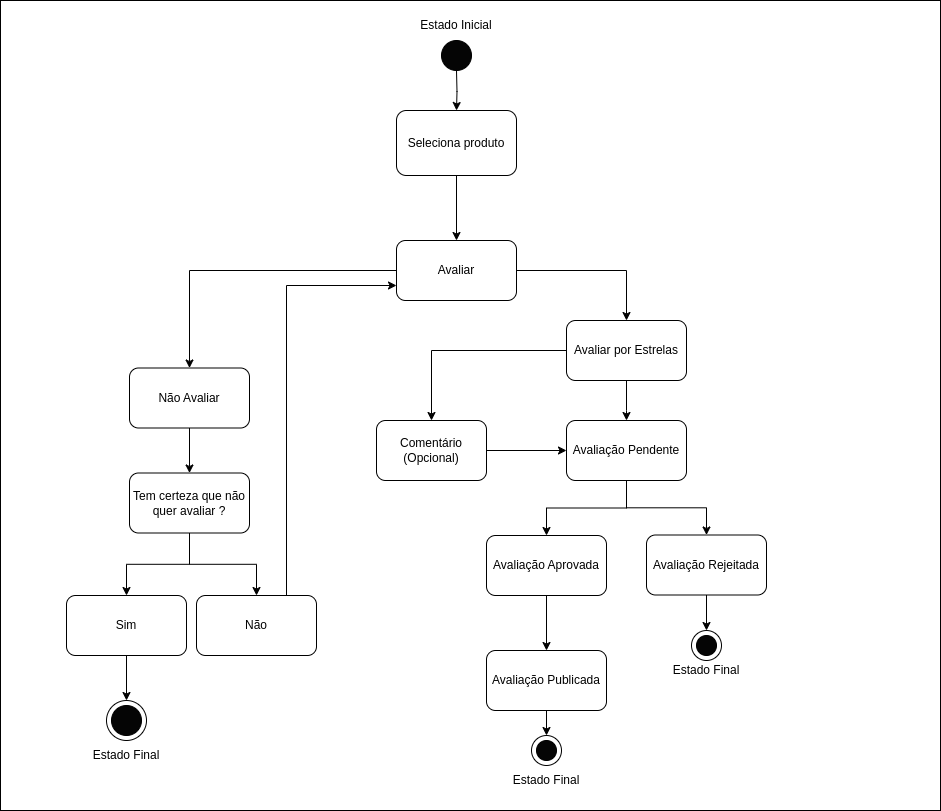
The draw.io diagram docs/img/diagramadeestados.drawio.png in UnBArqDsw2023-2/2023.2_G5_ProjetoAmericanas, before a commit. Source tidied: cells renumbered, new cells last; positions are measured from the earlier drawing's top-left corner, leaving out a move shared by most shapes. Its diagram source:
```xml
<mxGraphModel>
  <root>
    <mxCell id="0" />
    <mxCell id="1" parent="0" />
    <mxCell id="2" style="rounded=0;whiteSpace=wrap;html=1;" parent="1" vertex="1">
      <mxGeometry width="940" height="810" as="geometry" />
    </mxCell>
    <mxCell id="3" style="ellipse;whiteSpace=wrap;html=1;" parent="1" vertex="1">
      <mxGeometry x="106" y="700" width="40" height="40" as="geometry" />
    </mxCell>
    <mxCell id="4" style="ellipse;whiteSpace=wrap;html=1;" parent="1" vertex="1">
      <mxGeometry x="531" y="735" width="30" height="30" as="geometry" />
    </mxCell>
    <mxCell id="5" style="ellipse;whiteSpace=wrap;html=1;" parent="1" vertex="1">
      <mxGeometry x="691" y="630" width="30" height="30" as="geometry" />
    </mxCell>
    <mxCell id="6" style="edgeStyle=orthogonalEdgeStyle;rounded=0;jettySize=auto;html=1;exitX=0.5;exitY=1;exitDx=0;exitDy=0;entryX=0.5;entryY=0;entryDx=0;entryDy=0;" parent="1" edge="1" source="7" target="11">
      <mxGeometry relative="1" as="geometry" />
    </mxCell>
    <mxCell id="7" value="Seleciona produto" style="rounded=1;whiteSpace=wrap;html=1;" parent="1" vertex="1">
      <mxGeometry x="396" y="110" width="120" height="65" as="geometry" />
    </mxCell>
    <mxCell id="8" style="edgeStyle=orthogonalEdgeStyle;rounded=0;jettySize=auto;html=1;exitX=0;exitY=0.5;exitDx=0;exitDy=0;entryX=0.5;entryY=0;entryDx=0;entryDy=0;" parent="1" edge="1" source="15" target="13">
      <mxGeometry relative="1" as="geometry" />
    </mxCell>
    <mxCell id="9" style="edgeStyle=orthogonalEdgeStyle;rounded=0;jettySize=auto;html=1;exitX=1;exitY=0.5;exitDx=0;exitDy=0;entryX=0.5;entryY=0;entryDx=0;entryDy=0;" parent="1" edge="1" source="11" target="15">
      <mxGeometry relative="1" as="geometry" />
    </mxCell>
    <mxCell id="10" style="edgeStyle=orthogonalEdgeStyle;rounded=0;jettySize=auto;html=1;exitX=0;exitY=0.5;exitDx=0;exitDy=0;entryX=0.5;entryY=0;entryDx=0;entryDy=0;" parent="1" edge="1" source="11" target="33">
      <mxGeometry relative="1" as="geometry" />
    </mxCell>
    <mxCell id="11" value="Avaliar" style="rounded=1;whiteSpace=wrap;html=1;" parent="1" vertex="1">
      <mxGeometry x="396" y="240" width="120" height="60" as="geometry" />
    </mxCell>
    <mxCell id="12" style="edgeStyle=orthogonalEdgeStyle;rounded=0;jettySize=auto;html=1;exitX=1;exitY=0.5;exitDx=0;exitDy=0;entryX=0;entryY=0.5;entryDx=0;entryDy=0;" parent="1" edge="1" source="13" target="20">
      <mxGeometry relative="1" as="geometry" />
    </mxCell>
    <mxCell id="13" value="Comentário (Opcional)" style="rounded=1;whiteSpace=wrap;html=1;" parent="1" vertex="1">
      <mxGeometry x="376" y="420" width="110" height="60" as="geometry" />
    </mxCell>
    <mxCell id="14" style="edgeStyle=orthogonalEdgeStyle;rounded=0;jettySize=auto;html=1;exitX=0.5;exitY=1;exitDx=0;exitDy=0;entryX=0.5;entryY=0;entryDx=0;entryDy=0;" parent="1" edge="1" source="15" target="20">
      <mxGeometry relative="1" as="geometry">
        <Array as="points">
          <mxPoint x="626" y="410" />
          <mxPoint x="626" y="410" />
        </Array>
      </mxGeometry>
    </mxCell>
    <mxCell id="15" value="Avaliar por Estrelas" style="rounded=1;whiteSpace=wrap;html=1;" parent="1" vertex="1">
      <mxGeometry x="566" y="320" width="120" height="60" as="geometry" />
    </mxCell>
    <mxCell id="16" style="edgeStyle=orthogonalEdgeStyle;rounded=0;jettySize=auto;html=1;exitX=0.5;exitY=1;exitDx=0;exitDy=0;entryX=0.5;entryY=0;entryDx=0;entryDy=0;" parent="1" edge="1" source="17" target="24">
      <mxGeometry relative="1" as="geometry" />
    </mxCell>
    <mxCell id="17" value="Avaliação Aprovada" style="rounded=1;whiteSpace=wrap;html=1;" parent="1" vertex="1">
      <mxGeometry x="486" y="535" width="120" height="60" as="geometry" />
    </mxCell>
    <mxCell id="18" style="edgeStyle=orthogonalEdgeStyle;rounded=0;jettySize=auto;html=1;exitX=0.5;exitY=1;exitDx=0;exitDy=0;entryX=0.5;entryY=0;entryDx=0;entryDy=0;" parent="1" edge="1" source="20" target="17">
      <mxGeometry relative="1" as="geometry" />
    </mxCell>
    <mxCell id="19" style="edgeStyle=orthogonalEdgeStyle;rounded=0;jettySize=auto;html=1;exitX=0.5;exitY=1;exitDx=0;exitDy=0;entryX=0.5;entryY=0;entryDx=0;entryDy=0;" parent="1" edge="1" source="20" target="22">
      <mxGeometry relative="1" as="geometry" />
    </mxCell>
    <mxCell id="20" value="Avaliação Pendente" style="rounded=1;whiteSpace=wrap;html=1;" parent="1" vertex="1">
      <mxGeometry x="566" y="420" width="120" height="60" as="geometry" />
    </mxCell>
    <mxCell id="21" style="edgeStyle=orthogonalEdgeStyle;rounded=0;jettySize=auto;html=1;exitX=0.5;exitY=1;exitDx=0;exitDy=0;entryX=0.5;entryY=0;entryDx=0;entryDy=0;" parent="1" edge="1" source="22" target="5">
      <mxGeometry relative="1" as="geometry" />
    </mxCell>
    <mxCell id="22" value="Avaliação Rejeitada" style="rounded=1;whiteSpace=wrap;html=1;" parent="1" vertex="1">
      <mxGeometry x="646" y="534.5" width="120" height="60" as="geometry" />
    </mxCell>
    <mxCell id="23" style="edgeStyle=orthogonalEdgeStyle;rounded=0;jettySize=auto;html=1;exitX=0.5;exitY=1;exitDx=0;exitDy=0;" parent="1" edge="1" source="24" target="4">
      <mxGeometry relative="1" as="geometry" />
    </mxCell>
    <mxCell id="24" value="Avaliação Publicada" style="rounded=1;whiteSpace=wrap;html=1;" parent="1" vertex="1">
      <mxGeometry x="486" y="650" width="120" height="60" as="geometry" />
    </mxCell>
    <mxCell id="25" style="edgeStyle=orthogonalEdgeStyle;rounded=0;jettySize=auto;html=1;entryX=0.5;entryY=0;entryDx=0;entryDy=0;" parent="1" edge="1" target="7">
      <mxGeometry relative="1" as="geometry">
        <mxPoint x="456" y="70" as="sourcePoint" />
      </mxGeometry>
    </mxCell>
    <mxCell id="26" style="ellipse;whiteSpace=wrap;html=1;fillColor=#050505;" parent="1" vertex="1">
      <mxGeometry x="441" y="40" width="30" height="30" as="geometry" />
    </mxCell>
    <mxCell id="27" value="Estado Inicial" style="text;html=1;strokeColor=none;fillColor=none;align=center;verticalAlign=middle;whiteSpace=wrap;rounded=0;" parent="1" vertex="1">
      <mxGeometry x="411" y="10" width="90" height="30" as="geometry" />
    </mxCell>
    <mxCell id="28" style="ellipse;whiteSpace=wrap;html=1;fillColor=#050505;" parent="1" vertex="1">
      <mxGeometry x="536" y="740" width="20" height="20" as="geometry" />
    </mxCell>
    <mxCell id="29" style="ellipse;whiteSpace=wrap;html=1;fillColor=#050505;" parent="1" vertex="1">
      <mxGeometry x="696" y="635" width="20" height="20" as="geometry" />
    </mxCell>
    <mxCell id="30" value="Estado Final" style="text;html=1;strokeColor=none;fillColor=none;align=center;verticalAlign=middle;whiteSpace=wrap;rounded=0;" parent="1" vertex="1">
      <mxGeometry x="508" y="765" width="76" height="30" as="geometry" />
    </mxCell>
    <mxCell id="31" value="Estado Final" style="text;html=1;strokeColor=none;fillColor=none;align=center;verticalAlign=middle;whiteSpace=wrap;rounded=0;" parent="1" vertex="1">
      <mxGeometry x="668" y="655" width="76" height="30" as="geometry" />
    </mxCell>
    <mxCell id="32" style="edgeStyle=orthogonalEdgeStyle;rounded=0;jettySize=auto;html=1;exitX=0.5;exitY=1;exitDx=0;exitDy=0;entryX=0.5;entryY=0;entryDx=0;entryDy=0;" parent="1" edge="1" source="33" target="38">
      <mxGeometry relative="1" as="geometry" />
    </mxCell>
    <mxCell id="33" value="Não Avaliar" style="rounded=1;whiteSpace=wrap;html=1;" parent="1" vertex="1">
      <mxGeometry x="129" y="367.5" width="120" height="60" as="geometry" />
    </mxCell>
    <mxCell id="34" style="ellipse;whiteSpace=wrap;html=1;fillColor=#050505;" parent="1" vertex="1">
      <mxGeometry x="111" y="705" width="30" height="30" as="geometry" />
    </mxCell>
    <mxCell id="35" value="Estado Final" style="text;html=1;strokeColor=none;fillColor=none;align=center;verticalAlign=middle;whiteSpace=wrap;rounded=0;" parent="1" vertex="1">
      <mxGeometry x="88" y="740" width="76" height="30" as="geometry" />
    </mxCell>
    <mxCell id="36" style="edgeStyle=orthogonalEdgeStyle;rounded=0;jettySize=auto;html=1;exitX=0.5;exitY=1;exitDx=0;exitDy=0;entryX=0.5;entryY=0;entryDx=0;entryDy=0;" parent="1" edge="1" source="38" target="40">
      <mxGeometry relative="1" as="geometry" />
    </mxCell>
    <mxCell id="37" style="edgeStyle=orthogonalEdgeStyle;rounded=0;jettySize=auto;html=1;exitX=0.5;exitY=1;exitDx=0;exitDy=0;entryX=0.5;entryY=0;entryDx=0;entryDy=0;" parent="1" edge="1" source="38" target="42">
      <mxGeometry relative="1" as="geometry" />
    </mxCell>
    <mxCell id="38" value="Tem certeza que não quer avaliar ?" style="rounded=1;whiteSpace=wrap;html=1;" parent="1" vertex="1">
      <mxGeometry x="129" y="472.5" width="120" height="60" as="geometry" />
    </mxCell>
    <mxCell id="39" style="edgeStyle=orthogonalEdgeStyle;rounded=0;jettySize=auto;html=1;exitX=0.5;exitY=1;exitDx=0;exitDy=0;entryX=0.5;entryY=0;entryDx=0;entryDy=0;" parent="1" edge="1" source="40" target="3">
      <mxGeometry relative="1" as="geometry" />
    </mxCell>
    <mxCell id="40" value="Sim" style="rounded=1;whiteSpace=wrap;html=1;" parent="1" vertex="1">
      <mxGeometry x="66" y="595" width="120" height="60" as="geometry" />
    </mxCell>
    <mxCell id="41" style="edgeStyle=orthogonalEdgeStyle;rounded=0;jettySize=auto;html=1;exitX=0.75;exitY=0;exitDx=0;exitDy=0;entryX=0;entryY=0.75;entryDx=0;entryDy=0;" parent="1" edge="1" source="42" target="11">
      <mxGeometry relative="1" as="geometry">
        <Array as="points">
          <mxPoint x="286" y="285" />
        </Array>
      </mxGeometry>
    </mxCell>
    <mxCell id="42" value="Não" style="rounded=1;whiteSpace=wrap;html=1;" parent="1" vertex="1">
      <mxGeometry x="196" y="595" width="120" height="60" as="geometry" />
    </mxCell>
  </root>
</mxGraphModel>
```
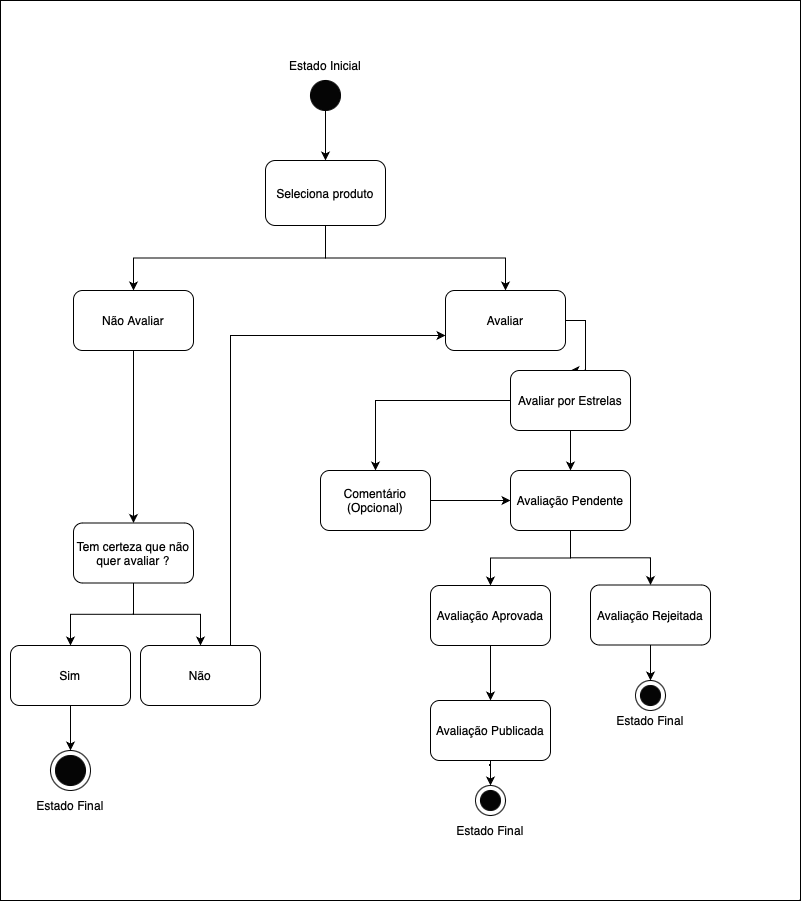
Later version of the same file.

Commit message:
Consertar fluxo de "avaliar" ou "não" do diagrama de estados

Diff of the diagram source:
```diff
@@ -2,9 +2,9 @@
   <root>
     <mxCell id="0" />
     <mxCell id="1" parent="0" />
-    <mxCell id="2" style="rounded=0;whiteSpace=wrap;html=1;" parent="1" vertex="1">
-      <mxGeometry width="940" height="810" as="geometry" />
-    </mxCell>
+    <mxCell id="43" style="rounded=0;whiteSpace=wrap;html=1;" parent="1" vertex="1">
+      <mxGeometry x="56" y="-50" width="800" height="900" as="geometry" />
+    </mxCell>
     <mxCell id="3" style="ellipse;whiteSpace=wrap;html=1;" parent="1" vertex="1">
       <mxGeometry x="106" y="700" width="40" height="40" as="geometry" />
     </mxCell>
@@ -17,8 +17,11 @@
     <mxCell id="6" style="edgeStyle=orthogonalEdgeStyle;rounded=0;jettySize=auto;html=1;exitX=0.5;exitY=1;exitDx=0;exitDy=0;entryX=0.5;entryY=0;entryDx=0;entryDy=0;" parent="1" edge="1" source="7" target="11">
       <mxGeometry relative="1" as="geometry" />
     </mxCell>
+    <mxCell id="44" style="edgeStyle=orthogonalEdgeStyle;rounded=0;jettySize=auto;html=1;exitX=0.5;exitY=1;exitDx=0;exitDy=0;" parent="1" edge="1" source="7" target="33">
+      <mxGeometry relative="1" as="geometry" />
+    </mxCell>
     <mxCell id="7" value="Seleciona produto" style="rounded=1;whiteSpace=wrap;html=1;" parent="1" vertex="1">
-      <mxGeometry x="396" y="110" width="120" height="65" as="geometry" />
+      <mxGeometry x="321" y="110" width="120" height="65" as="geometry" />
     </mxCell>
     <mxCell id="8" style="edgeStyle=orthogonalEdgeStyle;rounded=0;jettySize=auto;html=1;exitX=0;exitY=0.5;exitDx=0;exitDy=0;entryX=0.5;entryY=0;entryDx=0;entryDy=0;" parent="1" edge="1" source="15" target="13">
       <mxGeometry relative="1" as="geometry" />
@@ -26,11 +29,8 @@
     <mxCell id="9" style="edgeStyle=orthogonalEdgeStyle;rounded=0;jettySize=auto;html=1;exitX=1;exitY=0.5;exitDx=0;exitDy=0;entryX=0.5;entryY=0;entryDx=0;entryDy=0;" parent="1" edge="1" source="11" target="15">
       <mxGeometry relative="1" as="geometry" />
     </mxCell>
-    <mxCell id="10" style="edgeStyle=orthogonalEdgeStyle;rounded=0;jettySize=auto;html=1;exitX=0;exitY=0.5;exitDx=0;exitDy=0;entryX=0.5;entryY=0;entryDx=0;entryDy=0;" parent="1" edge="1" source="11" target="33">
-      <mxGeometry relative="1" as="geometry" />
-    </mxCell>
     <mxCell id="11" value="Avaliar" style="rounded=1;whiteSpace=wrap;html=1;" parent="1" vertex="1">
-      <mxGeometry x="396" y="240" width="120" height="60" as="geometry" />
+      <mxGeometry x="501" y="240" width="120" height="60" as="geometry" />
     </mxCell>
     <mxCell id="12" style="edgeStyle=orthogonalEdgeStyle;rounded=0;jettySize=auto;html=1;exitX=1;exitY=0.5;exitDx=0;exitDy=0;entryX=0;entryY=0.5;entryDx=0;entryDy=0;" parent="1" edge="1" source="13" target="20">
       <mxGeometry relative="1" as="geometry" />
@@ -76,16 +76,14 @@
     <mxCell id="24" value="Avaliação Publicada" style="rounded=1;whiteSpace=wrap;html=1;" parent="1" vertex="1">
       <mxGeometry x="486" y="650" width="120" height="60" as="geometry" />
     </mxCell>
-    <mxCell id="25" style="edgeStyle=orthogonalEdgeStyle;rounded=0;jettySize=auto;html=1;entryX=0.5;entryY=0;entryDx=0;entryDy=0;" parent="1" edge="1" target="7">
-      <mxGeometry relative="1" as="geometry">
-        <mxPoint x="456" y="70" as="sourcePoint" />
-      </mxGeometry>
-    </mxCell>
+    <mxCell id="45" style="edgeStyle=orthogonalEdgeStyle;rounded=0;jettySize=auto;html=1;exitX=0.5;exitY=1;exitDx=0;exitDy=0;entryX=0.5;entryY=0;entryDx=0;entryDy=0;" parent="1" edge="1" source="26" target="7">
+      <mxGeometry relative="1" as="geometry" />
+    </mxCell>
     <mxCell id="26" style="ellipse;whiteSpace=wrap;html=1;fillColor=#050505;" parent="1" vertex="1">
-      <mxGeometry x="441" y="40" width="30" height="30" as="geometry" />
+      <mxGeometry x="366" y="30" width="30" height="30" as="geometry" />
     </mxCell>
     <mxCell id="27" value="Estado Inicial" style="text;html=1;strokeColor=none;fillColor=none;align=center;verticalAlign=middle;whiteSpace=wrap;rounded=0;" parent="1" vertex="1">
-      <mxGeometry x="411" y="10" width="90" height="30" as="geometry" />
+      <mxGeometry x="336" width="90" height="30" as="geometry" />
     </mxCell>
     <mxCell id="28" style="ellipse;whiteSpace=wrap;html=1;fillColor=#050505;" parent="1" vertex="1">
       <mxGeometry x="536" y="740" width="20" height="20" as="geometry" />
@@ -103,7 +101,7 @@
       <mxGeometry relative="1" as="geometry" />
     </mxCell>
     <mxCell id="33" value="Não Avaliar" style="rounded=1;whiteSpace=wrap;html=1;" parent="1" vertex="1">
-      <mxGeometry x="129" y="367.5" width="120" height="60" as="geometry" />
+      <mxGeometry x="129" y="240" width="120" height="60" as="geometry" />
     </mxCell>
     <mxCell id="34" style="ellipse;whiteSpace=wrap;html=1;fillColor=#050505;" parent="1" vertex="1">
       <mxGeometry x="111" y="705" width="30" height="30" as="geometry" />
```
